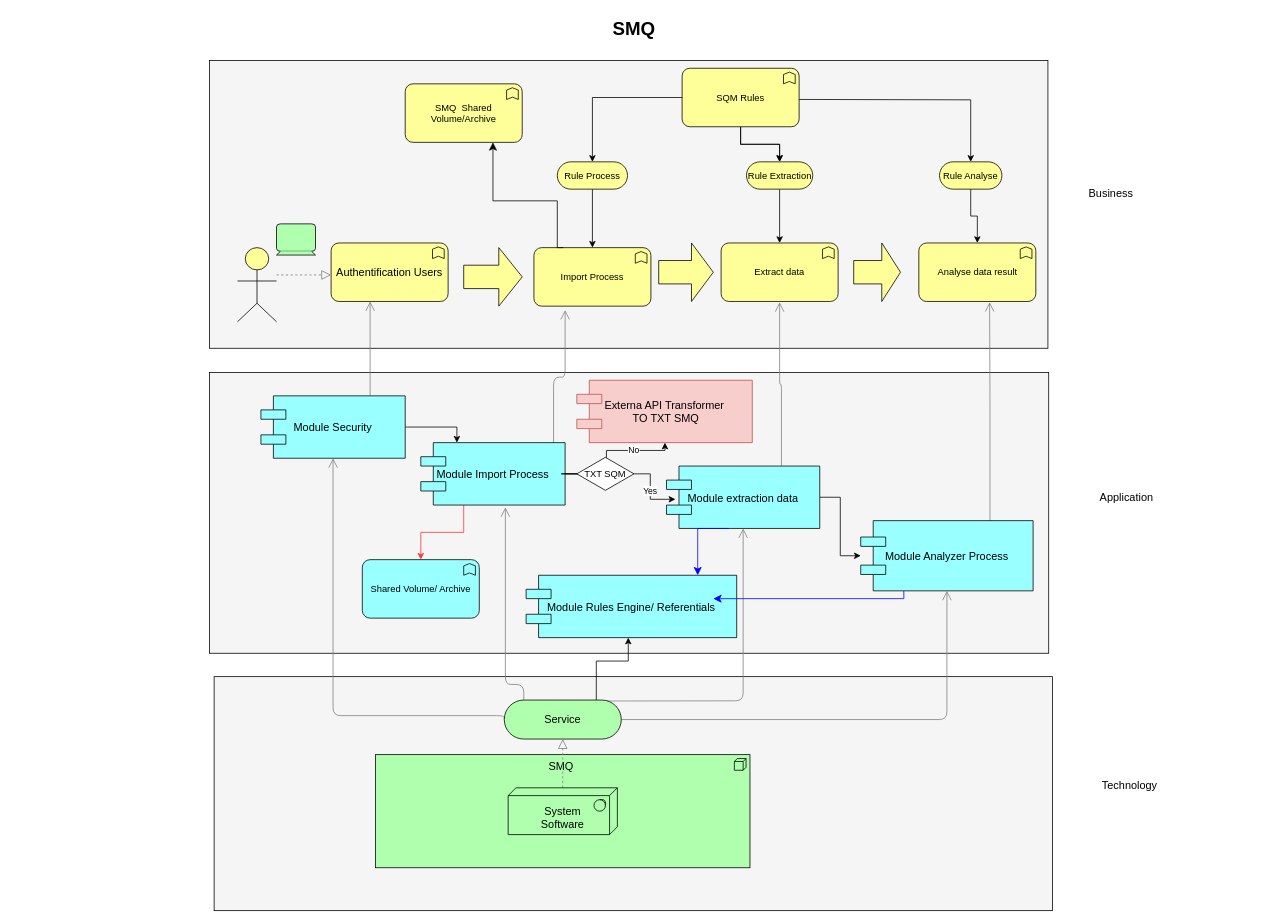
Earlier version of the draw.io diagram SMQ.drawio (amahmoudi/Smq2023). Source tidied: cells renumbered, new cells numbered last; positions are measured from the earlier drawing's top-left corner, leaving out a move shared by most shapes. Both pictures are drawn from the tidied source at 78%, with x=0, y=0 at pixel (12, 13).
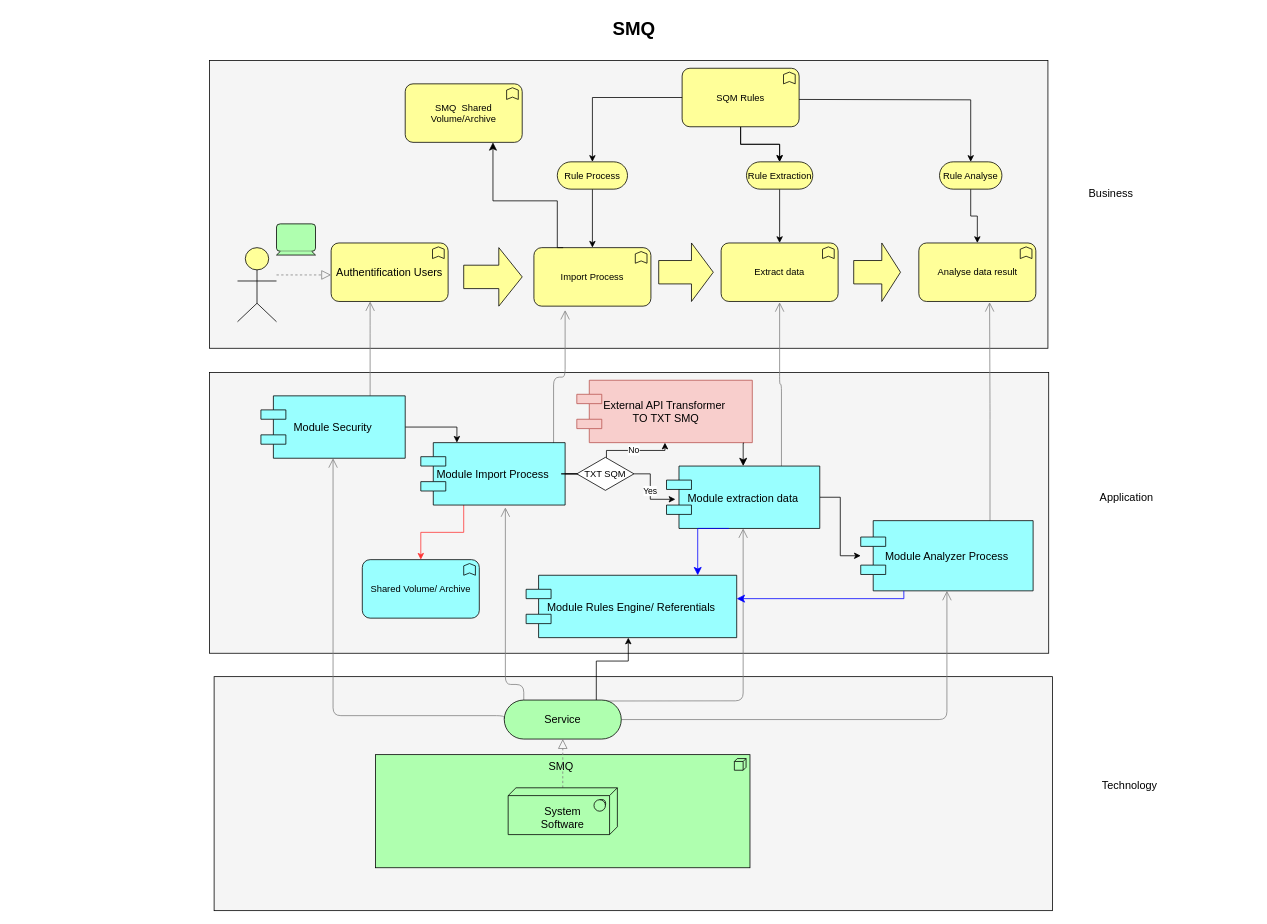
The same diagram, later.

The change refers to these unchanged cells:
```xml
<mxCell id="23" value="Module extraction data" style="shape=component;align=center;fillColor=#99ffff;gradientColor=none;fontSize=14;" parent="1" vertex="1">
  <mxGeometry x="838" y="580" width="196.5" height="80" as="geometry" />
</mxCell>
<mxCell id="25" value="Module Analyzer Process" style="shape=component;align=center;fillColor=#99ffff;gradientColor=none;fontSize=14;" parent="1" vertex="1">
  <mxGeometry x="1087" y="650" width="221" height="90" as="geometry" />
</mxCell>
```

The edit, as a diff of the source:
```diff
@@
     <mxCell id="52" style="edgeStyle=segmentEdgeStyle;endArrow=classic;html=1;curved=0;rounded=0;endSize=8;startSize=8;exitX=0.25;exitY=1;exitDx=0;exitDy=0;strokeColor=#0000FF;" parent="1" edge="1" source="25">
       <mxGeometry relative="1" as="geometry">
-        <mxPoint x="898" y="750" as="targetPoint" />
+        <mxPoint x="928" y="750" as="targetPoint" />
         <Array as="points">
           <mxPoint x="1142" y="750" />
         </Array>
       </mxGeometry>
     </mxCell>
@@
-    <mxCell id="59" value="Externa API Transformer&#10; TO TXT SMQ" style="shape=component;align=center;fillColor=#f8cecc;fontSize=14;strokeColor=#b85450;" parent="1" vertex="1">
+    <mxCell id="59" value="External API Transformer&#10; TO TXT SMQ" style="shape=component;align=center;fillColor=#f8cecc;fontSize=14;strokeColor=#b85450;" parent="1" vertex="1">
       <mxGeometry x="723" y="470" width="225" height="80" as="geometry" />
     </mxCell>
@@
+    <mxCell id="62" style="edgeStyle=segmentEdgeStyle;endArrow=classic;html=1;curved=0;rounded=0;endSize=8;startSize=8;exitX=0.953;exitY=1.008;exitDx=0;exitDy=0;exitPerimeter=0;" parent="1" edge="1" source="59" target="23">
+      <mxGeometry relative="1" as="geometry" />
+    </mxCell>
```
